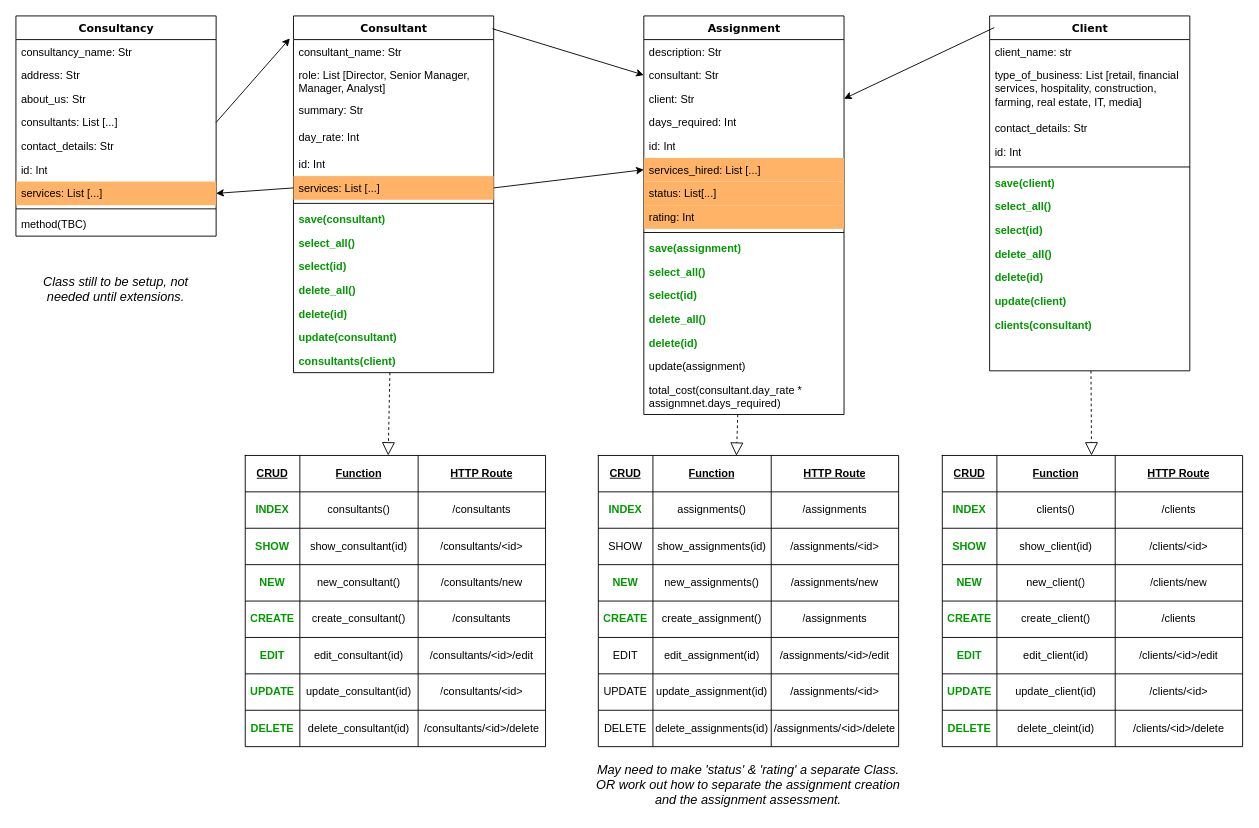
michaelmccoll/Project_Secure_Design keeps this draw.io diagram as planning/Class Diagrams.drawio. Above is the earlier version. Source tidied: cells renumbered, new cells numbered last; positions are measured from the earlier drawing's top-left corner, leaving out a move shared by most shapes. Both pictures are drawn from the tidied source at 91%, with x=0, y=0 at pixel (15, 15).
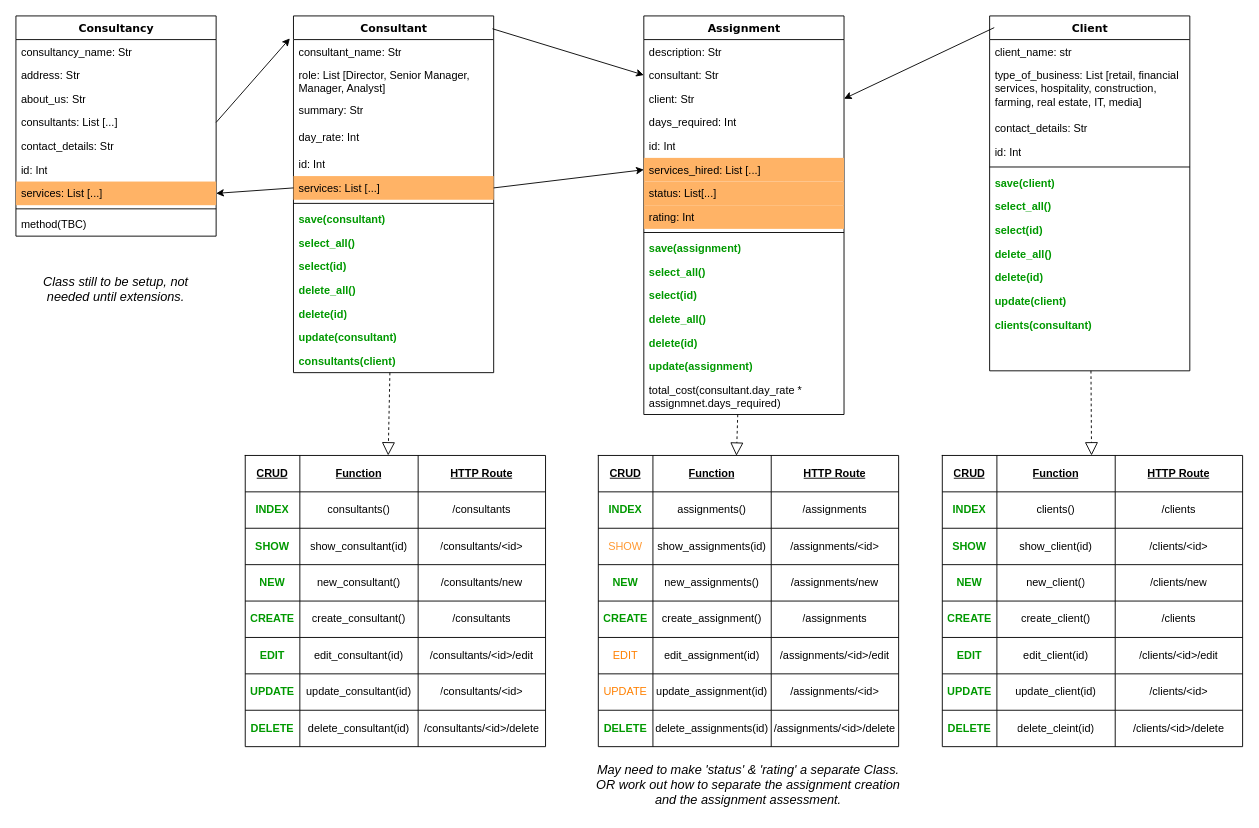
Above is the later version.

Unchanged cells that the change refers to:
```xml
<mxCell id="111" value="Assignment" style="swimlane;html=1;fontStyle=1;align=center;verticalAlign=top;horizontal=1;startSize=26;swimlaneFillColor=#ffffff;rounded=0;shadow=0;comic=0;labelBackgroundColor=none;strokeWidth=1;fillColor=none;fontFamily=Verdana;fontSize=12;" parent="1" vertex="1">
  <mxGeometry x="690" width="220" height="438" as="geometry" />
</mxCell>
<mxCell id="141" style="shape=partialRectangle;html=1;whiteSpace=wrap;fillColor=none;top=0;left=0;bottom=0;right=0;" parent="132" vertex="1">
  <mxGeometry y="80" width="330" height="40" as="geometry" />
</mxCell>
<mxCell id="153" style="shape=partialRectangle;html=1;whiteSpace=wrap;fillColor=none;top=0;left=0;bottom=0;right=0;" parent="132" vertex="1">
  <mxGeometry y="200" width="330" height="40" as="geometry" />
</mxCell>
<mxCell id="157" style="shape=partialRectangle;html=1;whiteSpace=wrap;fillColor=none;top=0;left=0;bottom=0;right=0;" parent="132" vertex="1">
  <mxGeometry y="240" width="330" height="40" as="geometry" />
</mxCell>
<mxCell id="161" style="shape=partialRectangle;html=1;whiteSpace=wrap;fillColor=none;top=0;left=0;bottom=0;right=0;" parent="132" vertex="1">
  <mxGeometry y="280" width="330" height="40" as="geometry" />
</mxCell>
```

Diff of the diagram source:
```diff
@@
-    <mxCell id="126" value="update(assignment)" style="text;html=1;strokeColor=none;fillColor=none;align=left;verticalAlign=top;spacingLeft=4;spacingRight=4;whiteSpace=wrap;overflow=hidden;" parent="111" vertex="1">
+    <mxCell id="126" value="update(assignment)" style="text;html=1;strokeColor=none;fillColor=none;align=left;verticalAlign=top;spacingLeft=4;spacingRight=4;whiteSpace=wrap;overflow=hidden;fontStyle=1;fontColor=#009900;" parent="111" vertex="1">
       <mxGeometry y="372" width="220" height="26" as="geometry" />
     </mxCell>
@@
-    <mxCell id="142" value="SHOW" style="shape=partialRectangle;html=1;whiteSpace=wrap;overflow=hidden;fillColor=none;top=0;left=0;bottom=0;right=0;" parent="141" vertex="1">
+    <mxCell id="142" value="SHOW" style="shape=partialRectangle;html=1;whiteSpace=wrap;overflow=hidden;fillColor=none;top=0;left=0;bottom=0;right=0;fontColor=#FF9933;" parent="141" vertex="1">
       <mxGeometry width="60" height="40" as="geometry" />
     </mxCell>
@@
-    <mxCell id="154" value="EDIT" style="shape=partialRectangle;html=1;whiteSpace=wrap;overflow=hidden;fillColor=none;top=0;left=0;bottom=0;right=0;" parent="153" vertex="1">
+    <mxCell id="154" value="EDIT" style="shape=partialRectangle;html=1;whiteSpace=wrap;overflow=hidden;fillColor=none;top=0;left=0;bottom=0;right=0;fontColor=#FF8000;" parent="153" vertex="1">
       <mxGeometry width="60" height="40" as="geometry" />
     </mxCell>
@@
-    <mxCell id="158" value="UPDATE" style="shape=partialRectangle;html=1;whiteSpace=wrap;overflow=hidden;fillColor=none;top=0;left=0;bottom=0;right=0;" parent="157" vertex="1">
+    <mxCell id="158" value="UPDATE" style="shape=partialRectangle;html=1;whiteSpace=wrap;overflow=hidden;fillColor=none;top=0;left=0;bottom=0;right=0;fontColor=#FF8000;" parent="157" vertex="1">
       <mxGeometry width="60" height="40" as="geometry" />
     </mxCell>
@@
-    <mxCell id="162" value="DELETE" style="shape=partialRectangle;html=1;whiteSpace=wrap;overflow=hidden;fillColor=none;top=0;left=0;bottom=0;right=0;" parent="161" vertex="1">
+    <mxCell id="162" value="DELETE" style="shape=partialRectangle;html=1;whiteSpace=wrap;overflow=hidden;fillColor=none;top=0;left=0;bottom=0;right=0;fontStyle=1;fontColor=#009900;" parent="161" vertex="1">
       <mxGeometry width="60" height="40" as="geometry" />
     </mxCell>
```
